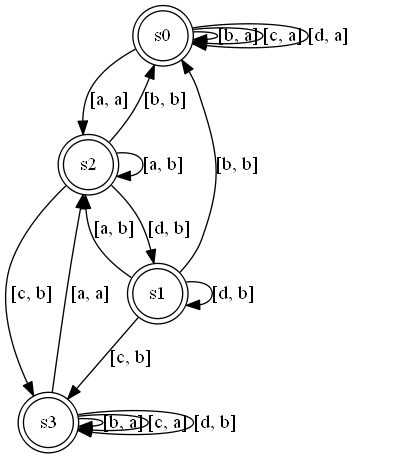
iandreyshev/AutomataTheory keeps this Graphviz diagram as MealyMachine/instance.png. Above is the earlier version. Its source is kept beside it as MealyMachine/instance.dot.
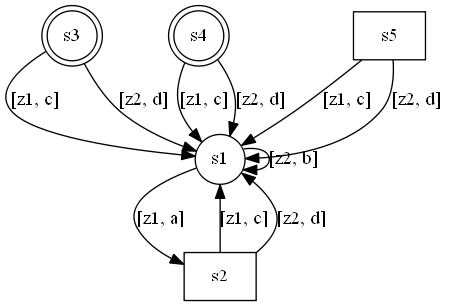
Later version of the same file.

The edit, as a diff of the source:
```diff
@@ -1,22 +1,17 @@
 digraph G{
-0 [shape="doublecircle"label="s0"];
-1 [shape="doublecircle"label="s1"];
-2 [shape="doublecircle"label="s2"];
-3 [shape="doublecircle"label="s3"];
-0->2 [label="[a, a] "];
-1->2 [label="[a, b] "];
-2->2 [label="[a, b] "];
-3->2 [label="[a, a] "];
-0->0 [label="[b, a] "];
-1->0 [label="[b, b] "];
-2->0 [label="[b, b] "];
-3->3 [label="[b, a] "];
-0->0 [label="[c, a] "];
-1->3 [label="[c, b] "];
-2->3 [label="[c, b] "];
-3->3 [label="[c, a] "];
-0->0 [label="[d, a] "];
-1->1 [label="[d, b] "];
-2->1 [label="[d, b] "];
-3->3 [label="[d, b] "];
+0 [shape="circle"label="s1"];
+1 [shape="box"label="s2"];
+2 [shape="doublecircle"label="s3"];
+3 [shape="doublecircle"label="s4"];
+4 [shape="box"label="s5"];
+0->1 [label="[z1, a] "];
+0->0 [label="[z2, b] "];
+1->0 [label="[z1, c] "];
+1->0 [label="[z2, d] "];
+2->0 [label="[z1, c] "];
+2->0 [label="[z2, d] "];
+3->0 [label="[z1, c] "];
+3->0 [label="[z2, d] "];
+4->0 [label="[z1, c] "];
+4->0 [label="[z2, d] "];
 }
```
